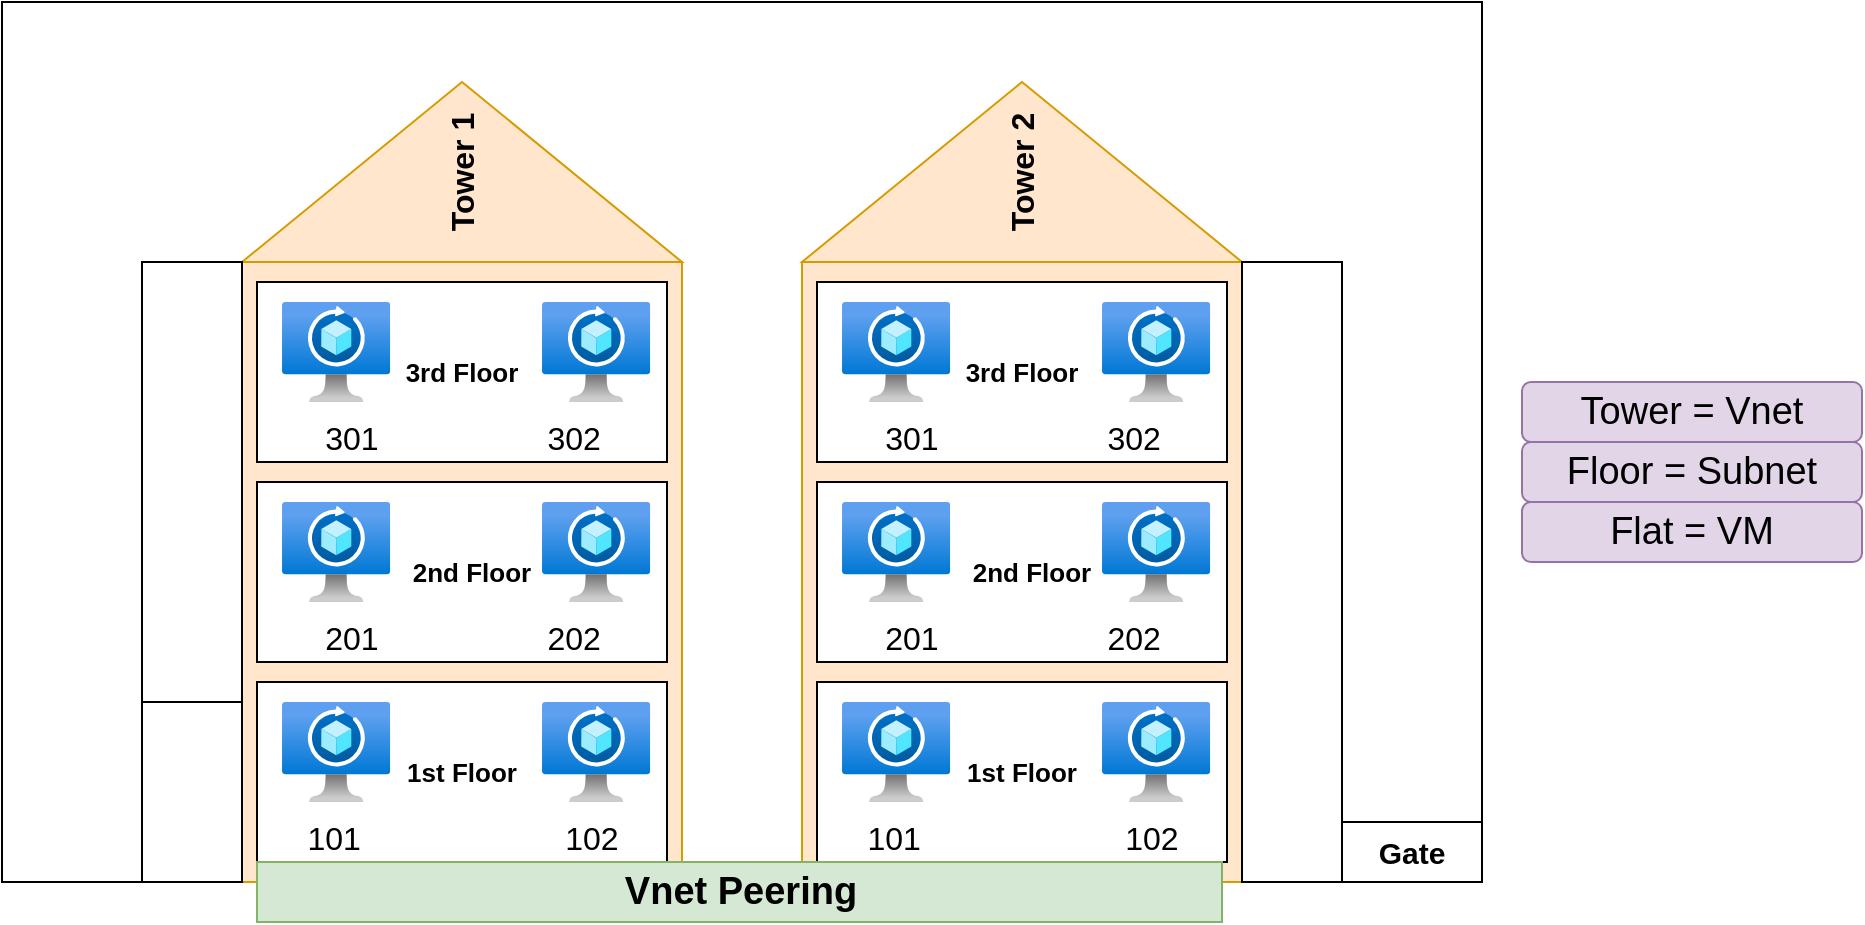
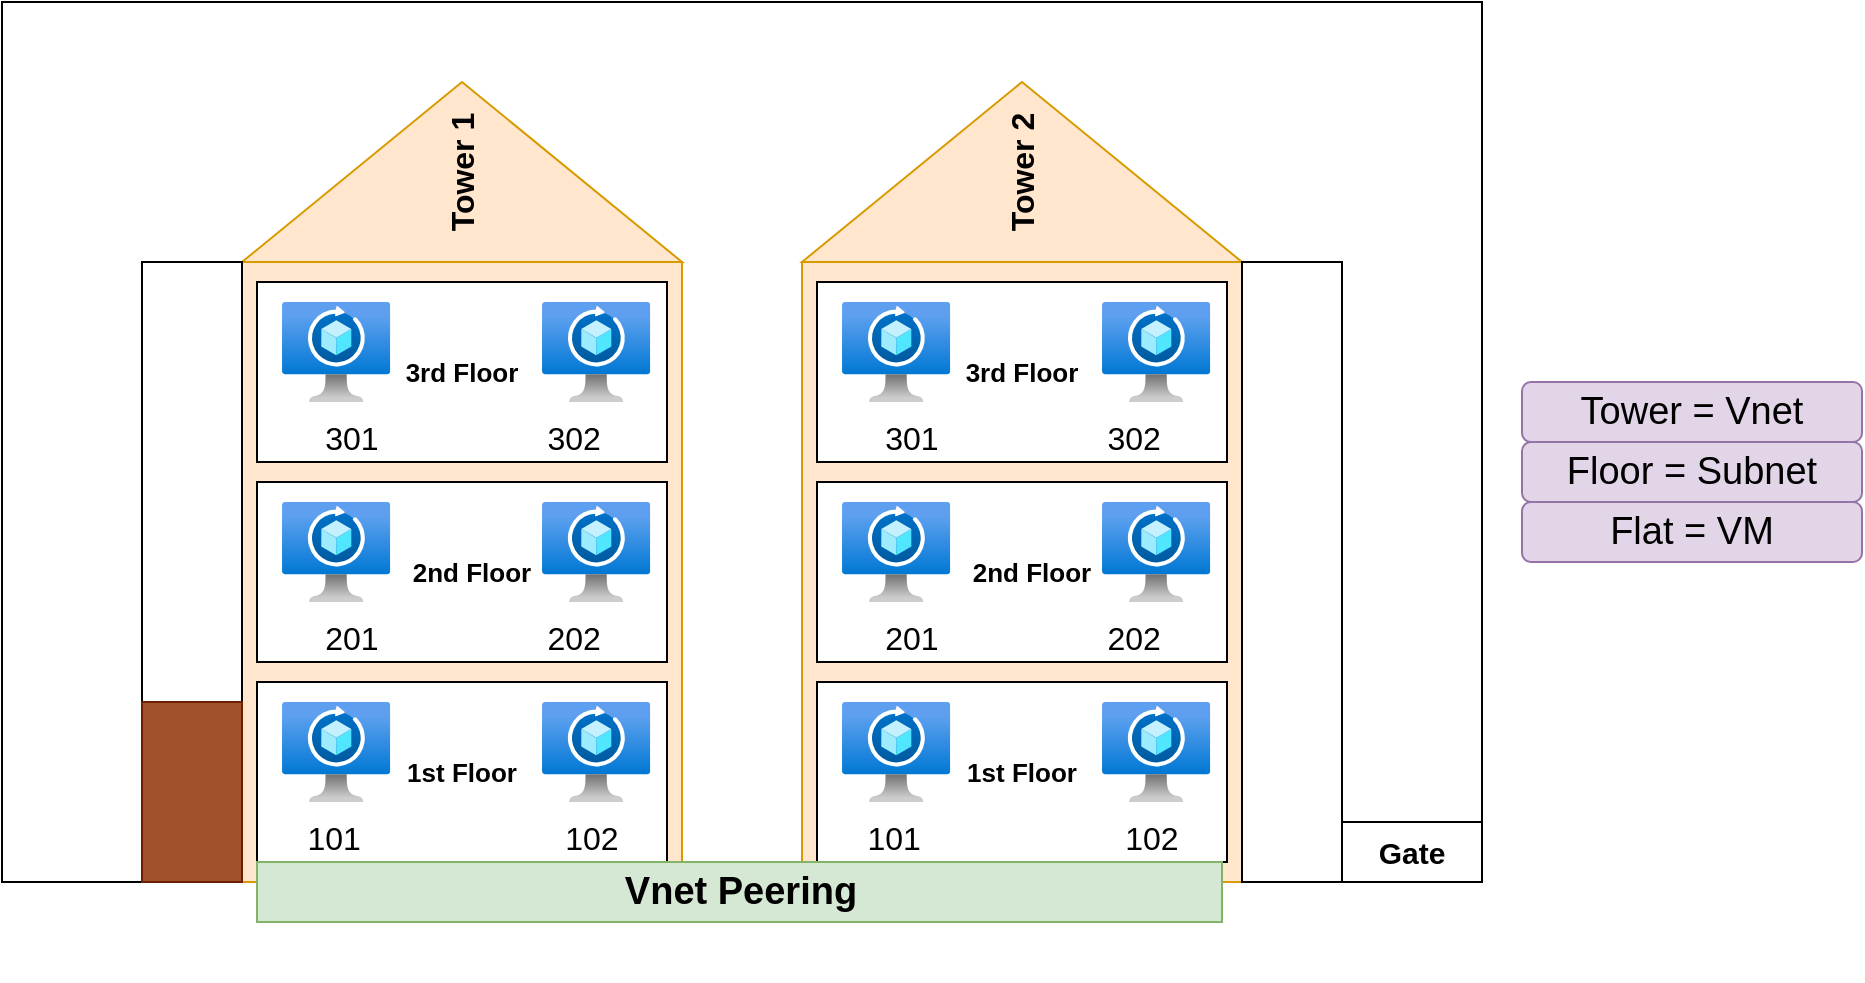
<mxfile host="app.diagrams.net">
  <diagram name="Page-1" id="Qsd48AX93AcUV0DdCnpi">
    <mxGraphModel dx="1016" dy="582" grid="1" gridSize="10" guides="1" tooltips="1" connect="1" arrows="1" fold="1" page="1" pageScale="1" pageWidth="850" pageHeight="1100" math="0" shadow="0">
      <root>
        <mxCell id="0" />
        <mxCell id="1" parent="0" />
        <mxCell id="_ZgTR7QKYiekQem9ZF_U-48" parent="1" style="rounded=0;whiteSpace=wrap;html=1;" value="" vertex="1">
          <mxGeometry height="440" width="740" x="30" y="50" as="geometry" />
        </mxCell>
        <mxCell id="_ZgTR7QKYiekQem9ZF_U-1" parent="1" style="rounded=0;whiteSpace=wrap;html=1;fillColor=#ffe6cc;strokeColor=#d79b00;verticalAlign=top;" value="" vertex="1">
          <mxGeometry height="310" width="220" x="150" y="180" as="geometry" />
        </mxCell>
        <mxCell id="_ZgTR7QKYiekQem9ZF_U-2" parent="1" style="triangle;whiteSpace=wrap;html=1;direction=north;horizontal=0;fontSize=16;fontStyle=1;fillColor=#ffe6cc;strokeColor=#d79b00;" value="Tower 1" vertex="1">
          <mxGeometry height="90" width="220" x="150" y="90" as="geometry" />
        </mxCell>
        <mxCell id="_ZgTR7QKYiekQem9ZF_U-3" parent="1" style="rounded=0;whiteSpace=wrap;html=1;verticalAlign=bottom;fontSize=16;" value="301&amp;nbsp; &amp;nbsp; &amp;nbsp; &amp;nbsp; &amp;nbsp; &amp;nbsp; &amp;nbsp; &amp;nbsp; &amp;nbsp; &amp;nbsp;302" vertex="1">
          <mxGeometry height="90" width="205" x="157.5" y="190" as="geometry" />
        </mxCell>
        <mxCell id="_ZgTR7QKYiekQem9ZF_U-7" parent="1" style="image;aspect=fixed;html=1;points=[];align=center;fontSize=12;image=img/lib/azure2/networking/Spot_VM.svg;" value="" vertex="1">
          <mxGeometry height="50" width="54.14" x="300" y="200" as="geometry" />
        </mxCell>
        <mxCell id="_ZgTR7QKYiekQem9ZF_U-8" parent="1" style="image;aspect=fixed;html=1;points=[];align=center;fontSize=12;image=img/lib/azure2/networking/Spot_VM.svg;" value="" vertex="1">
          <mxGeometry height="50" width="54.14" x="170" y="200" as="geometry" />
        </mxCell>
        <mxCell id="_ZgTR7QKYiekQem9ZF_U-10" parent="1" style="text;html=1;whiteSpace=wrap;strokeColor=none;fillColor=none;align=center;verticalAlign=middle;rounded=0;fontStyle=1;fontSize=13;" value="3rd Floor" vertex="1">
          <mxGeometry height="30" width="60" x="230" y="220" as="geometry" />
        </mxCell>
        <mxCell id="_ZgTR7QKYiekQem9ZF_U-18" parent="1" style="rounded=0;whiteSpace=wrap;html=1;verticalAlign=bottom;fontSize=16;" value="201&amp;nbsp; &amp;nbsp; &amp;nbsp; &amp;nbsp; &amp;nbsp; &amp;nbsp; &amp;nbsp; &amp;nbsp; &amp;nbsp; &amp;nbsp;202" vertex="1">
          <mxGeometry height="90" width="205" x="157.5" y="290" as="geometry" />
        </mxCell>
        <mxCell id="_ZgTR7QKYiekQem9ZF_U-19" parent="1" style="image;aspect=fixed;html=1;points=[];align=center;fontSize=12;image=img/lib/azure2/networking/Spot_VM.svg;" value="" vertex="1">
          <mxGeometry height="50" width="54.14" x="300" y="300" as="geometry" />
        </mxCell>
        <mxCell id="_ZgTR7QKYiekQem9ZF_U-20" parent="1" style="image;aspect=fixed;html=1;points=[];align=center;fontSize=12;image=img/lib/azure2/networking/Spot_VM.svg;" value="" vertex="1">
          <mxGeometry height="50" width="54.14" x="170" y="300" as="geometry" />
        </mxCell>
        <mxCell id="_ZgTR7QKYiekQem9ZF_U-21" parent="1" style="text;html=1;whiteSpace=wrap;strokeColor=none;fillColor=none;align=center;verticalAlign=middle;rounded=0;fontStyle=1;fontSize=13;" value="2nd Floor" vertex="1">
          <mxGeometry height="30" width="70" x="230" y="320" as="geometry" />
        </mxCell>
        <mxCell id="_ZgTR7QKYiekQem9ZF_U-22" parent="1" style="rounded=0;whiteSpace=wrap;html=1;verticalAlign=bottom;fontSize=16;" value="101&lt;span style=&quot;white-space: pre;&quot;&gt;&#x9;&lt;/span&gt;&lt;span style=&quot;white-space: pre;&quot;&gt;&#x9;&lt;/span&gt;&lt;span style=&quot;white-space: pre;&quot;&gt;&#x9;&lt;/span&gt;&amp;nbsp; &amp;nbsp; &amp;nbsp;102" vertex="1">
          <mxGeometry height="90" width="205" x="157.5" y="390" as="geometry" />
        </mxCell>
        <mxCell id="_ZgTR7QKYiekQem9ZF_U-23" parent="1" style="image;aspect=fixed;html=1;points=[];align=center;fontSize=12;image=img/lib/azure2/networking/Spot_VM.svg;" value="" vertex="1">
          <mxGeometry height="50" width="54.14" x="300" y="400" as="geometry" />
        </mxCell>
        <mxCell id="_ZgTR7QKYiekQem9ZF_U-24" parent="1" style="image;aspect=fixed;html=1;points=[];align=center;fontSize=12;image=img/lib/azure2/networking/Spot_VM.svg;" value="" vertex="1">
          <mxGeometry height="50" width="54.14" x="170" y="400" as="geometry" />
        </mxCell>
        <mxCell id="_ZgTR7QKYiekQem9ZF_U-25" parent="1" style="text;html=1;whiteSpace=wrap;strokeColor=none;fillColor=none;align=center;verticalAlign=middle;rounded=0;fontStyle=1;fontSize=13;" value="1st Floor" vertex="1">
          <mxGeometry height="30" width="60" x="230" y="420" as="geometry" />
        </mxCell>
        <mxCell id="_ZgTR7QKYiekQem9ZF_U-26" parent="1" style="rounded=0;whiteSpace=wrap;html=1;fillColor=#ffe6cc;strokeColor=#d79b00;verticalAlign=top;" value="" vertex="1">
          <mxGeometry height="310" width="220" x="430" y="180" as="geometry" />
        </mxCell>
        <mxCell id="_ZgTR7QKYiekQem9ZF_U-27" parent="1" style="triangle;whiteSpace=wrap;html=1;direction=north;horizontal=0;fontSize=16;fontStyle=1;fillColor=#ffe6cc;strokeColor=#d79b00;" value="Tower 2" vertex="1">
          <mxGeometry height="90" width="220" x="430" y="90" as="geometry" />
        </mxCell>
        <mxCell id="_ZgTR7QKYiekQem9ZF_U-28" parent="1" style="rounded=0;whiteSpace=wrap;html=1;verticalAlign=bottom;fontSize=16;" value="301&amp;nbsp; &amp;nbsp; &amp;nbsp; &amp;nbsp; &amp;nbsp; &amp;nbsp; &amp;nbsp; &amp;nbsp; &amp;nbsp; &amp;nbsp;302" vertex="1">
          <mxGeometry height="90" width="205" x="437.5" y="190" as="geometry" />
        </mxCell>
        <mxCell id="_ZgTR7QKYiekQem9ZF_U-29" parent="1" style="image;aspect=fixed;html=1;points=[];align=center;fontSize=12;image=img/lib/azure2/networking/Spot_VM.svg;" value="" vertex="1">
          <mxGeometry height="50" width="54.14" x="580" y="200" as="geometry" />
        </mxCell>
        <mxCell id="_ZgTR7QKYiekQem9ZF_U-30" parent="1" style="image;aspect=fixed;html=1;points=[];align=center;fontSize=12;image=img/lib/azure2/networking/Spot_VM.svg;" value="" vertex="1">
          <mxGeometry height="50" width="54.14" x="450" y="200" as="geometry" />
        </mxCell>
        <mxCell id="_ZgTR7QKYiekQem9ZF_U-31" parent="1" style="text;html=1;whiteSpace=wrap;strokeColor=none;fillColor=none;align=center;verticalAlign=middle;rounded=0;fontStyle=1;fontSize=13;" value="3rd Floor" vertex="1">
          <mxGeometry height="30" width="60" x="510" y="220" as="geometry" />
        </mxCell>
        <mxCell id="_ZgTR7QKYiekQem9ZF_U-32" parent="1" style="rounded=0;whiteSpace=wrap;html=1;verticalAlign=bottom;fontSize=16;" value="201&amp;nbsp; &amp;nbsp; &amp;nbsp; &amp;nbsp; &amp;nbsp; &amp;nbsp; &amp;nbsp; &amp;nbsp; &amp;nbsp; &amp;nbsp;202" vertex="1">
          <mxGeometry height="90" width="205" x="437.5" y="290" as="geometry" />
        </mxCell>
        <mxCell id="_ZgTR7QKYiekQem9ZF_U-33" parent="1" style="image;aspect=fixed;html=1;points=[];align=center;fontSize=12;image=img/lib/azure2/networking/Spot_VM.svg;" value="" vertex="1">
          <mxGeometry height="50" width="54.14" x="580" y="300" as="geometry" />
        </mxCell>
        <mxCell id="_ZgTR7QKYiekQem9ZF_U-34" parent="1" style="image;aspect=fixed;html=1;points=[];align=center;fontSize=12;image=img/lib/azure2/networking/Spot_VM.svg;" value="" vertex="1">
          <mxGeometry height="50" width="54.14" x="450" y="300" as="geometry" />
        </mxCell>
        <mxCell id="_ZgTR7QKYiekQem9ZF_U-35" parent="1" style="text;html=1;whiteSpace=wrap;strokeColor=none;fillColor=none;align=center;verticalAlign=middle;rounded=0;fontStyle=1;fontSize=13;" value="2nd Floor" vertex="1">
          <mxGeometry height="30" width="70" x="510" y="320" as="geometry" />
        </mxCell>
        <mxCell id="_ZgTR7QKYiekQem9ZF_U-36" parent="1" style="rounded=0;whiteSpace=wrap;html=1;verticalAlign=bottom;fontSize=16;" value="101&lt;span style=&quot;white-space: pre;&quot;&gt;&#x9;&lt;/span&gt;&lt;span style=&quot;white-space: pre;&quot;&gt;&#x9;&lt;/span&gt;&lt;span style=&quot;white-space: pre;&quot;&gt;&#x9;&lt;/span&gt;&amp;nbsp; &amp;nbsp; &amp;nbsp;102" vertex="1">
          <mxGeometry height="90" width="205" x="437.5" y="390" as="geometry" />
        </mxCell>
        <mxCell id="_ZgTR7QKYiekQem9ZF_U-37" parent="1" style="image;aspect=fixed;html=1;points=[];align=center;fontSize=12;image=img/lib/azure2/networking/Spot_VM.svg;" value="" vertex="1">
          <mxGeometry height="50" width="54.14" x="580" y="400" as="geometry" />
        </mxCell>
        <mxCell id="_ZgTR7QKYiekQem9ZF_U-38" parent="1" style="image;aspect=fixed;html=1;points=[];align=center;fontSize=12;image=img/lib/azure2/networking/Spot_VM.svg;" value="" vertex="1">
          <mxGeometry height="50" width="54.14" x="450" y="400" as="geometry" />
        </mxCell>
        <mxCell id="_ZgTR7QKYiekQem9ZF_U-39" parent="1" style="text;html=1;whiteSpace=wrap;strokeColor=none;fillColor=none;align=center;verticalAlign=middle;rounded=0;fontStyle=1;fontSize=13;" value="1st Floor" vertex="1">
          <mxGeometry height="30" width="60" x="510" y="420" as="geometry" />
        </mxCell>
        <mxCell id="_ZgTR7QKYiekQem9ZF_U-42" parent="1" style="rounded=0;whiteSpace=wrap;html=1;direction=south;" value="" vertex="1">
          <mxGeometry height="310" width="50" x="650" y="180" as="geometry" />
        </mxCell>
        <mxCell id="_ZgTR7QKYiekQem9ZF_U-43" parent="1" style="rounded=0;whiteSpace=wrap;html=1;direction=south;" value="" vertex="1">
          <mxGeometry height="310" width="50" x="100" y="180" as="geometry" />
        </mxCell>
        <mxCell id="_ZgTR7QKYiekQem9ZF_U-45" parent="1" style="rounded=1;whiteSpace=wrap;html=1;fillColor=#e1d5e7;strokeColor=#9673a6;fontSize=19;" value="Tower = Vnet" vertex="1">
          <mxGeometry height="30" width="170" x="790" y="240" as="geometry" />
        </mxCell>
        <mxCell id="_ZgTR7QKYiekQem9ZF_U-46" parent="1" style="rounded=1;whiteSpace=wrap;html=1;fillColor=#e1d5e7;strokeColor=#9673a6;fontSize=19;" value="Floor = Subnet" vertex="1">
          <mxGeometry height="30" width="170" x="790" y="270" as="geometry" />
        </mxCell>
        <mxCell id="_ZgTR7QKYiekQem9ZF_U-47" parent="1" style="rounded=1;whiteSpace=wrap;html=1;fillColor=#e1d5e7;strokeColor=#9673a6;fontSize=19;" value="Flat = VM" vertex="1">
          <mxGeometry height="30" width="170" x="790" y="300" as="geometry" />
        </mxCell>
        <mxCell id="_ZgTR7QKYiekQem9ZF_U-49" parent="1" style="rounded=0;whiteSpace=wrap;html=1;" value="&lt;b&gt;&lt;font style=&quot;font-size: 15px;&quot;&gt;Gate&lt;/font&gt;&lt;/b&gt;" vertex="1">
          <mxGeometry height="30" width="70" x="700" y="460" as="geometry" />
        </mxCell>
        <mxCell id="_ZgTR7QKYiekQem9ZF_U-50" parent="1" style="rounded=0;whiteSpace=wrap;html=1;fillColor=#d5e8d4;strokeColor=#82b366;" value="&lt;b&gt;&lt;font style=&quot;font-size: 19px;&quot;&gt;Vnet Peering&lt;/font&gt;&lt;/b&gt;" vertex="1">
          <mxGeometry height="30" width="482.5" x="157.5" y="480" as="geometry" />
        </mxCell>
-         <mxCell id="_ZgTR7QKYiekQem9ZF_U-52" parent="1" style="rounded=0;whiteSpace=wrap;html=1;direction=south;horizontal=0;fontSize=15;fontStyle=1;labelPosition=center;verticalLabelPosition=top;align=center;verticalAlign=bottom;" value="" vertex="1">
+         <mxCell id="_ZgTR7QKYiekQem9ZF_U-52" parent="1" style="rounded=0;whiteSpace=wrap;html=1;direction=south;horizontal=0;fontSize=15;fontStyle=1;labelPosition=center;verticalLabelPosition=top;align=center;verticalAlign=bottom;fillColor=#a0522d;fontColor=#ffffff;strokeColor=#6D1F00;" value="L" vertex="1">
          <mxGeometry height="90" width="50" x="100" y="400" as="geometry" />
        </mxCell>
      </root>
    </mxGraphModel>
  </diagram>
</mxfile>
